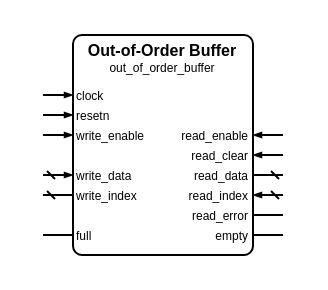
Earlier version of the draw.io diagram sources/data/access_enable/out_of_order_buffer/out_of_order_buffer.symbol.drawio (Louis-DR/OmniCores-BuildingBlocks). Source tidied: cells renumbered, new cells numbered last; positions are measured from the earlier drawing's top-left corner, leaving out a move shared by most shapes. Both pictures are drawn from the tidied source at 200%, with x=0, y=0 at pixel (42, 34).
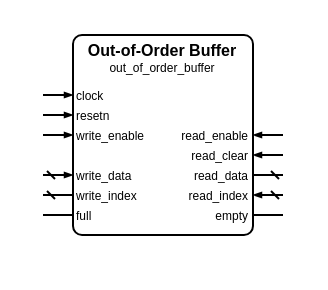
The same page after the edit.

Commit message (it also covers changes not shown here):
[Change] Remove the error and valid ports from the access-enable out-of-order and reorder buffers

Diff of the diagram source:
```diff
@@
     <mxCell id="2" style="group;" parent="1" vertex="1">
-      <mxGeometry width="120" height="110" as="geometry" />
+      <mxGeometry width="120" height="100" as="geometry" />
     </mxCell>
     <mxCell id="3" style="rounded=1;arcSize=5;fillColor=none;strokeWidth=1;strokeColor=black;whiteSpace=wrap;html=1;" parent="2" vertex="1">
-      <mxGeometry x="15" width="90" height="110" as="geometry" />
+      <mxGeometry x="15" width="90" height="100" as="geometry" />
     </mxCell>
@@
-    <mxCell id="24" value="read_error" style="text;html=1;align=right;verticalAlign=middle;whiteSpace=wrap;rounded=0;fontSize=6;fontStyle=0;fontColor=black;" parent="2" vertex="1">
-      <mxGeometry x="15" y="90" width="90" as="geometry" />
-    </mxCell>
-    <mxCell id="25" style="html=1;rounded=1;strokeWidth=1;strokeColor=black;startFill=0;startSize=2;startArrow=none;endFill=1;endSize=2;endArrow=none;sourcePerimeterSpacing=0;" parent="2" edge="1">
-      <mxGeometry relative="1" as="geometry">
-        <mxPoint x="120" y="90" as="sourcePoint" />
-        <mxPoint x="105" y="90" as="targetPoint" />
-      </mxGeometry>
-    </mxCell>
     <mxCell id="26" value="full" style="text;html=1;align=left;verticalAlign=middle;whiteSpace=wrap;rounded=0;fontSize=6;fontStyle=0;fontColor=black;" parent="2" vertex="1">
-      <mxGeometry x="15" y="100" width="90" as="geometry" />
+      <mxGeometry x="15" y="90" width="90" as="geometry" />
     </mxCell>
     <mxCell id="27" style="html=1;rounded=1;strokeWidth=1;strokeColor=black;startFill=0;startSize=2;startArrow=none;endFill=1;endSize=2;endArrow=none;sourcePerimeterSpacing=0;" parent="2" edge="1">
       <mxGeometry relative="1" as="geometry">
-        <mxPoint y="100" as="sourcePoint" />
-        <mxPoint x="15" y="100" as="targetPoint" />
+        <mxPoint y="90" as="sourcePoint" />
+        <mxPoint x="15" y="90" as="targetPoint" />
       </mxGeometry>
     </mxCell>
     <mxCell id="28" value="empty" style="text;html=1;align=right;verticalAlign=middle;whiteSpace=wrap;rounded=0;fontSize=6;fontStyle=0;fontColor=black;" parent="2" vertex="1">
-      <mxGeometry x="15" y="100" width="90" as="geometry" />
+      <mxGeometry x="15" y="90" width="90" as="geometry" />
     </mxCell>
     <mxCell id="29" style="html=1;rounded=1;strokeWidth=1;strokeColor=black;startFill=0;startSize=2;startArrow=none;endFill=1;endSize=2;endArrow=none;sourcePerimeterSpacing=0;" parent="2" edge="1">
       <mxGeometry relative="1" as="geometry">
-        <mxPoint x="120" y="100" as="sourcePoint" />
-        <mxPoint x="105" y="100" as="targetPoint" />
+        <mxPoint x="120" y="90" as="sourcePoint" />
+        <mxPoint x="105" y="90" as="targetPoint" />
       </mxGeometry>
     </mxCell>
```
